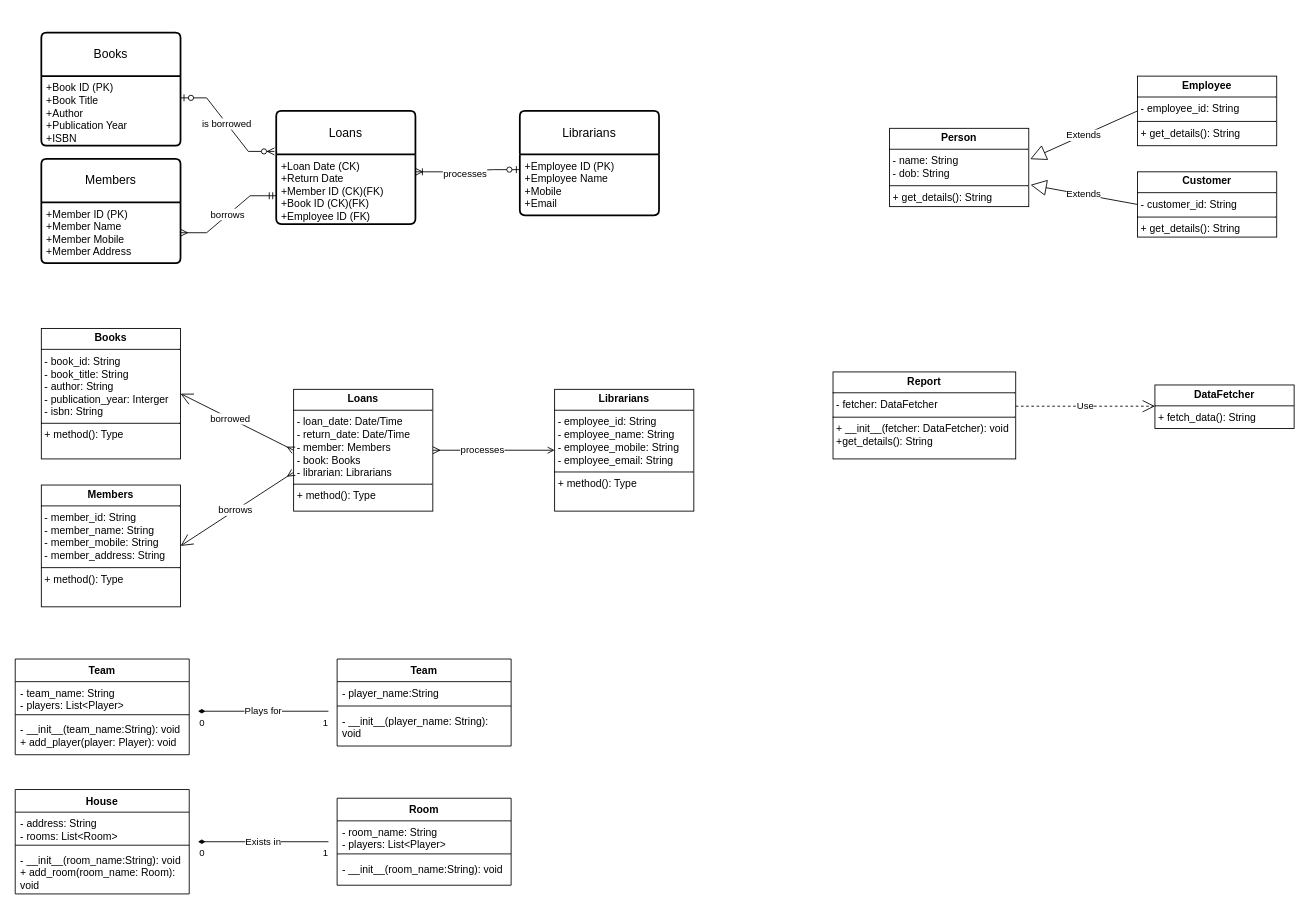
This is Library.drawio from SofiaSs48/at1, a draw.io file, before an edit. Source tidied: cells renumbered, new cells numbered last; positions are measured from the earlier drawing's top-left corner, leaving out a move shared by most shapes. Both pictures are drawn from the tidied source at 87%, with x=0, y=0 at pixel (15, 32).
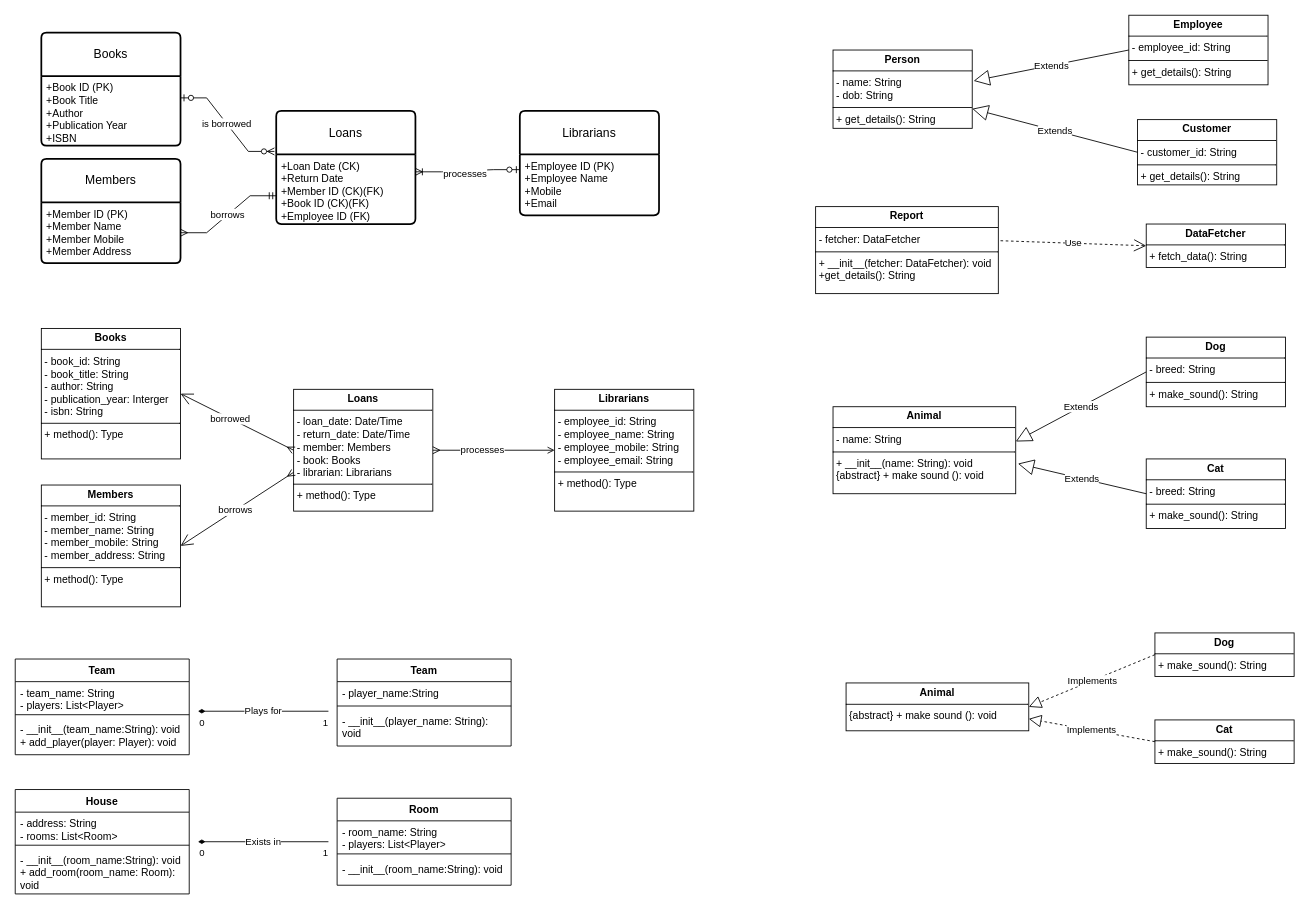
After the change.

Commit message:
Abstraction and Interface Diagrams

What changed in the source:
```diff
@@
     <mxCell id="48" value="&lt;p style=&quot;margin:0px;margin-top:4px;text-align:center;&quot;&gt;&lt;b&gt;Person&lt;/b&gt;&lt;/p&gt;&lt;hr size=&quot;1&quot; style=&quot;border-style:solid;&quot;&gt;&lt;p style=&quot;margin:0px;margin-left:4px;&quot;&gt;- name: String&lt;br&gt;&lt;/p&gt;&lt;p style=&quot;margin:0px;margin-left:4px;&quot;&gt;- dob: String&lt;/p&gt;&lt;hr size=&quot;1&quot; style=&quot;border-style:solid;&quot;&gt;&lt;p style=&quot;margin:0px;margin-left:4px;&quot;&gt;+ get_details(): String&lt;/p&gt;" style="verticalAlign=top;align=left;overflow=fill;html=1;whiteSpace=wrap;" parent="1" vertex="1">
-      <mxGeometry x="1005" y="110" width="160" height="90" as="geometry" />
+      <mxGeometry x="940" y="20" width="160" height="90" as="geometry" />
     </mxCell>
     <mxCell id="49" value="&lt;p style=&quot;margin:0px;margin-top:4px;text-align:center;&quot;&gt;&lt;b&gt;Employee&lt;/b&gt;&lt;/p&gt;&lt;hr size=&quot;1&quot; style=&quot;border-style:solid;&quot;&gt;&lt;p style=&quot;margin:0px;margin-left:4px;&quot;&gt;- employee_id: String&lt;/p&gt;&lt;hr size=&quot;1&quot; style=&quot;border-style:solid;&quot;&gt;&lt;p style=&quot;margin:0px;margin-left:4px;&quot;&gt;+ get_details(): String&lt;br&gt;&lt;/p&gt;" style="verticalAlign=top;align=left;overflow=fill;html=1;whiteSpace=wrap;" parent="1" vertex="1">
-      <mxGeometry x="1290" y="50" width="160" height="80" as="geometry" />
+      <mxGeometry x="1280" y="-20" width="160" height="80" as="geometry" />
     </mxCell>
     <mxCell id="50" value="&lt;p style=&quot;margin:0px;margin-top:4px;text-align:center;&quot;&gt;&lt;b&gt;Customer&lt;/b&gt;&lt;/p&gt;&lt;hr size=&quot;1&quot; style=&quot;border-style:solid;&quot;&gt;&lt;p style=&quot;margin: 0px 0px 0px 4px;&quot;&gt;- customer_id: String&lt;/p&gt;&lt;hr style=&quot;border-style: solid;&quot; size=&quot;1&quot;&gt;&lt;p style=&quot;margin: 0px 0px 0px 4px;&quot;&gt;+ get_details(): String&lt;/p&gt;" style="verticalAlign=top;align=left;overflow=fill;html=1;whiteSpace=wrap;" parent="1" vertex="1">
-      <mxGeometry x="1290" y="160" width="160" height="75" as="geometry" />
+      <mxGeometry x="1290" y="100" width="160" height="75" as="geometry" />
     </mxCell>
@@
-    <mxCell id="52" value="Extends" style="endArrow=block;endSize=16;endFill=0;html=1;rounded=0;entryX=1.01;entryY=0.394;entryDx=0;entryDy=0;entryPerimeter=0;exitX=0;exitY=0.5;exitDx=0;exitDy=0;" parent="1" edge="1" source="50">
-      <mxGeometry relative="1" as="geometry">
-        <mxPoint x="1167" y="175" as="targetPoint" />
-      </mxGeometry>
+    <mxCell id="52" value="Extends" style="endArrow=block;endSize=16;endFill=0;html=1;rounded=0;entryX=1;entryY=0.75;entryDx=0;entryDy=0;exitX=0;exitY=0.5;exitDx=0;exitDy=0;" parent="1" edge="1" source="50" target="48">
+      <mxGeometry relative="1" as="geometry" />
     </mxCell>
     <mxCell id="53" value="&lt;p style=&quot;margin:0px;margin-top:4px;text-align:center;&quot;&gt;&lt;b&gt;Report&lt;/b&gt;&lt;/p&gt;&lt;hr size=&quot;1&quot; style=&quot;border-style:solid;&quot;&gt;&lt;p style=&quot;margin:0px;margin-left:4px;&quot;&gt;- fetcher: DataFetcher&lt;/p&gt;&lt;hr size=&quot;1&quot; style=&quot;border-style:solid;&quot;&gt;&lt;p style=&quot;margin:0px;margin-left:4px;&quot;&gt;+ __init__(fetcher: DataFetcher): void&lt;/p&gt;&lt;p style=&quot;margin:0px;margin-left:4px;&quot;&gt;+get_details(): String&lt;br&gt;&lt;/p&gt;" style="verticalAlign=top;align=left;overflow=fill;html=1;whiteSpace=wrap;" parent="1" vertex="1">
-      <mxGeometry x="940" y="390" width="210" height="100" as="geometry" />
+      <mxGeometry x="920" y="200" width="210" height="100" as="geometry" />
     </mxCell>
     <mxCell id="54" value="&lt;p style=&quot;margin:0px;margin-top:4px;text-align:center;&quot;&gt;&lt;b&gt;DataFetcher&lt;/b&gt;&lt;/p&gt;&lt;hr size=&quot;1&quot; style=&quot;border-style:solid;&quot;&gt;&lt;p style=&quot;margin:0px;margin-left:4px;&quot;&gt;+ fetch_data(): String&lt;br&gt;&lt;/p&gt;" style="verticalAlign=top;align=left;overflow=fill;html=1;whiteSpace=wrap;" parent="1" vertex="1">
-      <mxGeometry x="1310" y="405" width="160" height="50" as="geometry" />
+      <mxGeometry x="1300" y="220" width="160" height="50" as="geometry" />
     </mxCell>
-    <mxCell id="55" value="Use" style="endArrow=open;endSize=12;dashed=1;html=1;rounded=0;" parent="1" edge="1">
-      <mxGeometry relative="1" as="geometry">
-        <mxPoint x="1150" y="429.4" as="sourcePoint" />
-        <mxPoint x="1310" y="429.4" as="targetPoint" />
-      </mxGeometry>
+    <mxCell id="55" value="Use" style="endArrow=open;endSize=12;dashed=1;html=1;rounded=0;entryX=0;entryY=0.5;entryDx=0;entryDy=0;exitX=1.012;exitY=0.392;exitDx=0;exitDy=0;exitPerimeter=0;" parent="1" edge="1" source="53" target="54">
+      <mxGeometry relative="1" as="geometry" />
     </mxCell>
+    <mxCell id="56" value="&lt;p style=&quot;margin:0px;margin-top:4px;text-align:center;&quot;&gt;&lt;b&gt;Animal&lt;/b&gt;&lt;/p&gt;&lt;hr size=&quot;1&quot; style=&quot;border-style:solid;&quot;&gt;&lt;p style=&quot;margin:0px;margin-left:4px;&quot;&gt;- name: String&lt;/p&gt;&lt;hr size=&quot;1&quot; style=&quot;border-style:solid;&quot;&gt;&lt;p style=&quot;margin:0px;margin-left:4px;&quot;&gt;+ __init__(name: String): void {abstract} + make sound (): void&lt;/p&gt;" style="verticalAlign=top;align=left;overflow=fill;html=1;whiteSpace=wrap;" parent="1" vertex="1">
+      <mxGeometry x="940" y="430" width="210" height="100" as="geometry" />
+    </mxCell>
+    <mxCell id="57" value="&lt;p style=&quot;margin:0px;margin-top:4px;text-align:center;&quot;&gt;&lt;b&gt;Dog&lt;/b&gt;&lt;/p&gt;&lt;hr size=&quot;1&quot; style=&quot;border-style:solid;&quot;&gt;&lt;p style=&quot;margin:0px;margin-left:4px;&quot;&gt;- breed: String&lt;/p&gt;&lt;hr size=&quot;1&quot; style=&quot;border-style:solid;&quot;&gt;&lt;p style=&quot;margin:0px;margin-left:4px;&quot;&gt;+ make_sound(): String&lt;br&gt;&lt;/p&gt;" style="verticalAlign=top;align=left;overflow=fill;html=1;whiteSpace=wrap;" parent="1" vertex="1">
+      <mxGeometry x="1300" y="350" width="160" height="80" as="geometry" />
+    </mxCell>
+    <mxCell id="58" value="&lt;p style=&quot;margin:0px;margin-top:4px;text-align:center;&quot;&gt;&lt;b&gt;Cat&lt;/b&gt;&lt;/p&gt;&lt;hr size=&quot;1&quot; style=&quot;border-style:solid;&quot;&gt;&lt;p style=&quot;margin:0px;margin-left:4px;&quot;&gt;- breed: String&lt;/p&gt;&lt;hr size=&quot;1&quot; style=&quot;border-style:solid;&quot;&gt;&lt;p style=&quot;margin:0px;margin-left:4px;&quot;&gt;+ make_sound(): String&lt;br&gt;&lt;/p&gt;" style="verticalAlign=top;align=left;overflow=fill;html=1;whiteSpace=wrap;" parent="1" vertex="1">
+      <mxGeometry x="1300" y="490" width="160" height="80" as="geometry" />
+    </mxCell>
+    <mxCell id="59" value="Extends" style="endArrow=block;endSize=16;endFill=0;html=1;rounded=0;entryX=1.012;entryY=0.654;entryDx=0;entryDy=0;exitX=0;exitY=0.5;exitDx=0;exitDy=0;entryPerimeter=0;" parent="1" edge="1" source="58" target="56">
+      <mxGeometry relative="1" as="geometry" />
+    </mxCell>
+    <mxCell id="60" value="Extends" style="endArrow=block;endSize=16;endFill=0;html=1;rounded=0;exitX=0;exitY=0.5;exitDx=0;exitDy=0;" parent="1" edge="1" source="57">
+      <mxGeometry relative="1" as="geometry">
+        <mxPoint x="1150" y="470" as="targetPoint" />
+      </mxGeometry>
+    </mxCell>
+    <mxCell id="61" value="&lt;p style=&quot;margin:0px;margin-top:4px;text-align:center;&quot;&gt;&lt;b&gt;Dog&lt;/b&gt;&lt;/p&gt;&lt;hr size=&quot;1&quot; style=&quot;border-style:solid;&quot;&gt;&lt;p style=&quot;margin:0px;margin-left:4px;&quot;&gt;+ make_sound(): String&lt;br&gt;&lt;/p&gt;" style="verticalAlign=top;align=left;overflow=fill;html=1;whiteSpace=wrap;" parent="1" vertex="1">
+      <mxGeometry x="1310" y="690" width="160" height="50" as="geometry" />
+    </mxCell>
+    <mxCell id="62" value="&lt;p style=&quot;margin:0px;margin-top:4px;text-align:center;&quot;&gt;&lt;b&gt;Cat&lt;/b&gt;&lt;/p&gt;&lt;hr size=&quot;1&quot; style=&quot;border-style:solid;&quot;&gt;&lt;p style=&quot;margin:0px;margin-left:4px;&quot;&gt;+ make_sound(): String&lt;br&gt;&lt;/p&gt;" style="verticalAlign=top;align=left;overflow=fill;html=1;whiteSpace=wrap;" parent="1" vertex="1">
+      <mxGeometry x="1310" y="790" width="160" height="50" as="geometry" />
+    </mxCell>
+    <mxCell id="63" value="&lt;p style=&quot;margin:0px;margin-top:4px;text-align:center;&quot;&gt;&lt;b&gt;Animal&lt;/b&gt;&lt;/p&gt;&lt;hr size=&quot;1&quot; style=&quot;border-style:solid;&quot;&gt;&lt;p style=&quot;margin:0px;margin-left:4px;&quot;&gt;{abstract} + make sound (): void&lt;/p&gt;" style="verticalAlign=top;align=left;overflow=fill;html=1;whiteSpace=wrap;" parent="1" vertex="1">
+      <mxGeometry x="955" y="747.5" width="210" height="55" as="geometry" />
+    </mxCell>
+    <mxCell id="64" value="Implements" style="endArrow=block;endSize=12;dashed=1;html=1;rounded=0;exitX=0;exitY=0.5;exitDx=0;exitDy=0;entryX=1;entryY=0.75;entryDx=0;entryDy=0;endFill=0;" parent="1" edge="1" source="62" target="63">
+      <mxGeometry relative="1" as="geometry" />
+    </mxCell>
+    <mxCell id="65" value="Implements" style="endArrow=block;endSize=12;dashed=1;html=1;rounded=0;entryX=1;entryY=0.5;entryDx=0;entryDy=0;exitX=0;exitY=0.5;exitDx=0;exitDy=0;endFill=0;" parent="1" edge="1" source="61" target="63">
+      <mxGeometry relative="1" as="geometry" />
+    </mxCell>
```
